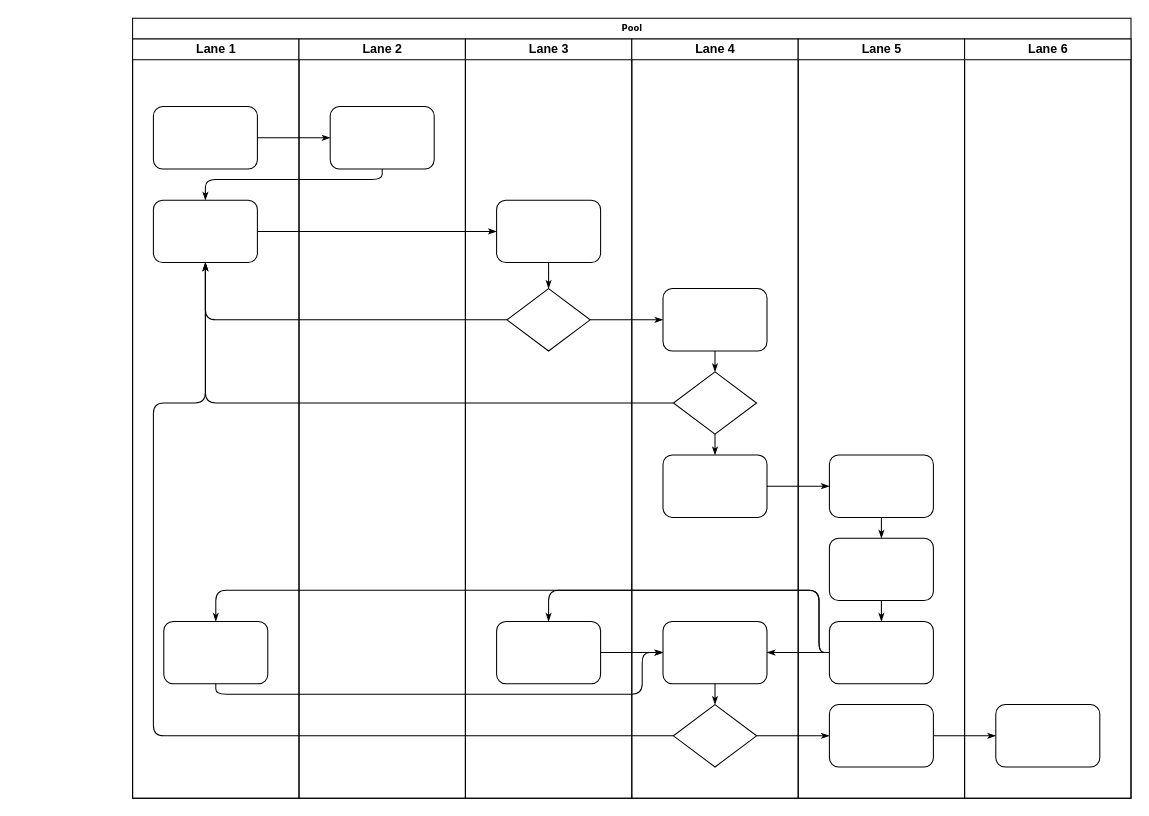
The draw.io diagram 未命名绘图.drawio in imnot2/imnot2.github.io, before the edit. Source tidied: cells renumbered, new cells numbered last; positions are measured from the earlier drawing's top-left corner, leaving out a move shared by most shapes. Both pictures are drawn from the tidied source at 104%, with x=0, y=0 at pixel (132, 18).
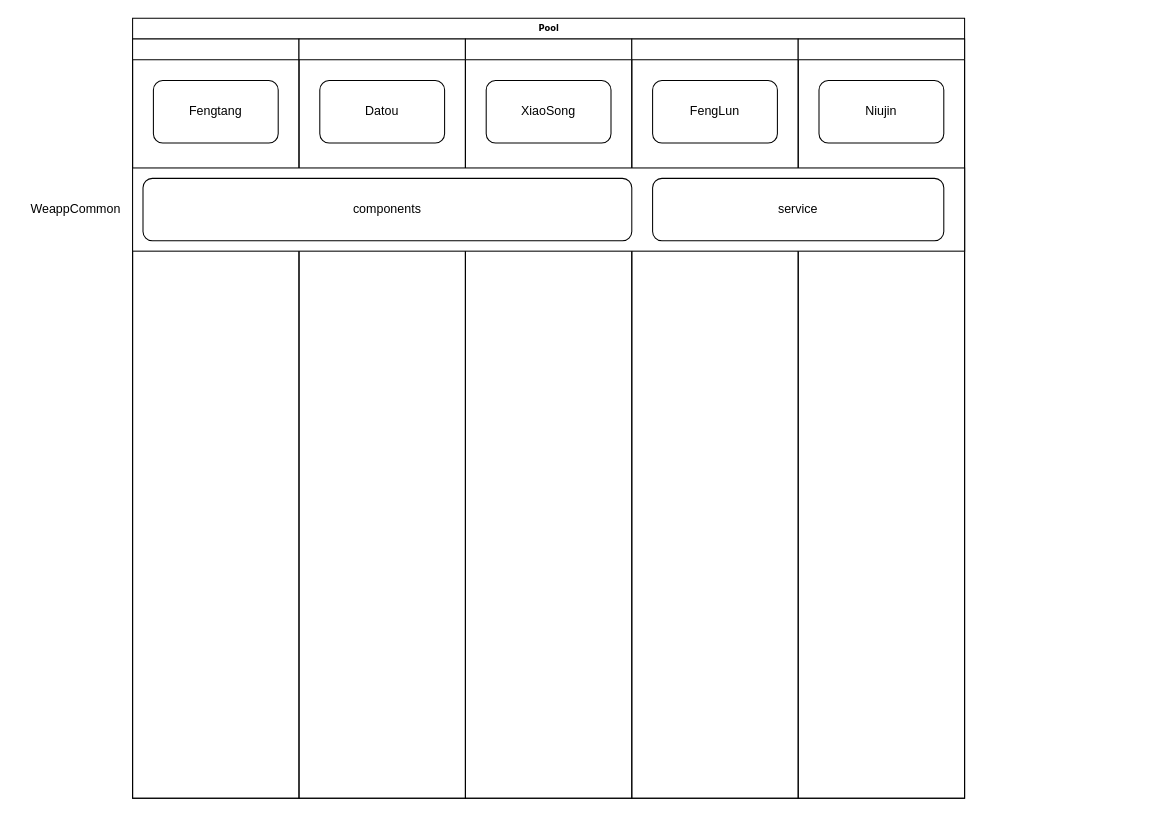
After the change.

Diff of the diagram source:
```diff
@@
     <mxCell id="2" value="Pool" style="swimlane;html=1;startSize=20;rounded=0;shadow=0;labelBackgroundColor=none;strokeWidth=1;fontFamily=Verdana;fontSize=8;align=center;" parent="1" vertex="1">
-      <mxGeometry width="960" height="750" as="geometry" />
+      <mxGeometry width="800" height="750" as="geometry" />
     </mxCell>
-    <mxCell id="3" value="Lane 1" style="swimlane;html=1;startSize=20;" parent="2" vertex="1">
+    <mxCell id="3" style="swimlane;html=1;startSize=20;" parent="2" vertex="1">
       <mxGeometry y="20" width="160" height="730" as="geometry" />
     </mxCell>
-    <mxCell id="4" style="rounded=1;whiteSpace=wrap;html=1;shadow=0;labelBackgroundColor=none;strokeWidth=1;fontFamily=Verdana;fontSize=8;align=center;" parent="3" vertex="1">
-      <mxGeometry x="20" y="65" width="100" height="60" as="geometry" />
-    </mxCell>
-    <mxCell id="5" style="rounded=1;whiteSpace=wrap;html=1;shadow=0;labelBackgroundColor=none;strokeWidth=1;fontFamily=Verdana;fontSize=8;align=center;" parent="3" vertex="1">
-      <mxGeometry x="20" y="155" width="100" height="60" as="geometry" />
-    </mxCell>
-    <mxCell id="6" style="rounded=1;whiteSpace=wrap;html=1;shadow=0;labelBackgroundColor=none;strokeWidth=1;fontFamily=Verdana;fontSize=8;align=center;" parent="3" vertex="1">
-      <mxGeometry x="30" y="560" width="100" height="60" as="geometry" />
-    </mxCell>
-    <mxCell id="7" style="edgeStyle=orthogonalEdgeStyle;rounded=1;html=1;labelBackgroundColor=none;startArrow=none;startFill=0;startSize=5;endArrow=classicThin;endFill=1;endSize=5;jettySize=auto;strokeWidth=1;fontFamily=Verdana;fontSize=8;" parent="2" edge="1" source="4" target="23">
-      <mxGeometry relative="1" as="geometry" />
-    </mxCell>
-    <mxCell id="8" style="edgeStyle=orthogonalEdgeStyle;rounded=1;html=1;labelBackgroundColor=none;startArrow=none;startFill=0;startSize=5;endArrow=classicThin;endFill=1;endSize=5;jettySize=auto;strokeWidth=1;fontFamily=Verdana;fontSize=8;" parent="2" edge="1" source="23" target="5">
-      <mxGeometry relative="1" as="geometry">
-        <Array as="points">
-          <mxPoint x="240" y="155" />
-          <mxPoint x="70" y="155" />
-        </Array>
-      </mxGeometry>
-    </mxCell>
-    <mxCell id="9" style="edgeStyle=orthogonalEdgeStyle;rounded=1;html=1;labelBackgroundColor=none;startArrow=none;startFill=0;startSize=5;endArrow=classicThin;endFill=1;endSize=5;jettySize=auto;strokeWidth=1;fontFamily=Verdana;fontSize=8;" parent="2" edge="1" source="5" target="25">
-      <mxGeometry relative="1" as="geometry" />
-    </mxCell>
-    <mxCell id="10" style="edgeStyle=orthogonalEdgeStyle;rounded=1;html=1;labelBackgroundColor=none;startArrow=none;startFill=0;startSize=5;endArrow=classicThin;endFill=1;endSize=5;jettySize=auto;strokeWidth=1;fontFamily=Verdana;fontSize=8;" parent="2" edge="1" source="26" target="5">
-      <mxGeometry relative="1" as="geometry" />
-    </mxCell>
-    <mxCell id="11" style="edgeStyle=orthogonalEdgeStyle;rounded=1;html=1;labelBackgroundColor=none;startArrow=none;startFill=0;startSize=5;endArrow=classicThin;endFill=1;endSize=5;jettySize=auto;strokeWidth=1;fontFamily=Verdana;fontSize=8;" parent="2" edge="1" source="31" target="5">
-      <mxGeometry relative="1" as="geometry" />
-    </mxCell>
-    <mxCell id="12" style="edgeStyle=orthogonalEdgeStyle;rounded=1;html=1;labelBackgroundColor=none;startArrow=none;startFill=0;startSize=5;endArrow=classicThin;endFill=1;endSize=5;jettySize=auto;strokeWidth=1;fontFamily=Verdana;fontSize=8;" parent="2" edge="1" source="34" target="5">
-      <mxGeometry relative="1" as="geometry">
-        <Array as="points">
-          <mxPoint x="20" y="690" />
-          <mxPoint x="20" y="370" />
-          <mxPoint x="70" y="370" />
-        </Array>
-      </mxGeometry>
-    </mxCell>
-    <mxCell id="13" style="edgeStyle=orthogonalEdgeStyle;rounded=1;html=1;labelBackgroundColor=none;startArrow=none;startFill=0;startSize=5;endArrow=classicThin;endFill=1;endSize=5;jettySize=auto;strokeWidth=1;fontFamily=Verdana;fontSize=8;" parent="2" edge="1" source="26" target="30">
-      <mxGeometry relative="1" as="geometry" />
-    </mxCell>
-    <mxCell id="14" style="edgeStyle=orthogonalEdgeStyle;rounded=1;html=1;labelBackgroundColor=none;startArrow=none;startFill=0;startSize=5;endArrow=classicThin;endFill=1;endSize=5;jettySize=auto;strokeWidth=1;fontFamily=Verdana;fontSize=8;" parent="2" edge="1" source="34" target="42">
-      <mxGeometry relative="1" as="geometry" />
-    </mxCell>
-    <mxCell id="15" style="edgeStyle=orthogonalEdgeStyle;rounded=1;html=1;labelBackgroundColor=none;startArrow=none;startFill=0;startSize=5;endArrow=classicThin;endFill=1;endSize=5;jettySize=auto;strokeWidth=1;fontFamily=Verdana;fontSize=8;" parent="2" edge="1" source="42" target="46">
-      <mxGeometry relative="1" as="geometry" />
-    </mxCell>
-    <mxCell id="16" style="edgeStyle=orthogonalEdgeStyle;rounded=1;html=1;labelBackgroundColor=none;startArrow=none;startFill=0;startSize=5;endArrow=classicThin;endFill=1;endSize=5;jettySize=auto;strokeWidth=1;fontFamily=Verdana;fontSize=8;" parent="2" edge="1" source="32" target="39">
-      <mxGeometry relative="1" as="geometry" />
-    </mxCell>
-    <mxCell id="17" style="edgeStyle=orthogonalEdgeStyle;rounded=1;html=1;labelBackgroundColor=none;startArrow=none;startFill=0;startSize=5;endArrow=classicThin;endFill=1;endSize=5;jettySize=auto;strokeWidth=1;fontFamily=Verdana;fontSize=8;" parent="2" edge="1" source="41" target="27">
-      <mxGeometry relative="1" as="geometry">
-        <Array as="points">
-          <mxPoint x="660" y="610" />
-          <mxPoint x="660" y="550" />
-          <mxPoint x="400" y="550" />
-        </Array>
-      </mxGeometry>
-    </mxCell>
-    <mxCell id="18" style="edgeStyle=orthogonalEdgeStyle;rounded=1;html=1;labelBackgroundColor=none;startArrow=none;startFill=0;startSize=5;endArrow=classicThin;endFill=1;endSize=5;jettySize=auto;strokeColor=#000000;strokeWidth=1;fontFamily=Verdana;fontSize=8;fontColor=#000000;" parent="2" edge="1" source="41" target="33">
-      <mxGeometry relative="1" as="geometry" />
-    </mxCell>
-    <mxCell id="19" style="edgeStyle=orthogonalEdgeStyle;rounded=1;html=1;labelBackgroundColor=none;startArrow=none;startFill=0;startSize=5;endArrow=classicThin;endFill=1;endSize=5;jettySize=auto;strokeWidth=1;fontFamily=Verdana;fontSize=8;" parent="2" edge="1" source="41" target="6">
-      <mxGeometry relative="1" as="geometry">
-        <Array as="points">
-          <mxPoint x="660" y="610" />
-          <mxPoint x="660" y="550" />
-          <mxPoint x="80" y="550" />
-        </Array>
-      </mxGeometry>
-    </mxCell>
-    <mxCell id="20" style="edgeStyle=orthogonalEdgeStyle;rounded=1;html=1;labelBackgroundColor=none;startArrow=none;startFill=0;startSize=5;endArrow=classicThin;endFill=1;endSize=5;jettySize=auto;strokeWidth=1;fontFamily=Verdana;fontSize=8;" parent="2" edge="1" source="6" target="33">
-      <mxGeometry relative="1" as="geometry">
-        <Array as="points">
-          <mxPoint x="80" y="650" />
-          <mxPoint x="490" y="650" />
-          <mxPoint x="490" y="610" />
-        </Array>
-      </mxGeometry>
-    </mxCell>
-    <mxCell id="21" style="edgeStyle=orthogonalEdgeStyle;rounded=1;html=1;labelBackgroundColor=none;startArrow=none;startFill=0;startSize=5;endArrow=classicThin;endFill=1;endSize=5;jettySize=auto;strokeWidth=1;fontFamily=Verdana;fontSize=8;" parent="2" edge="1" source="27" target="33">
-      <mxGeometry relative="1" as="geometry" />
-    </mxCell>
+    <mxCell id="47" value="Fengtang" style="rounded=1;whiteSpace=wrap;html=1;" parent="3" vertex="1">
+      <mxGeometry x="20" y="40" width="120" height="60" as="geometry" />
+    </mxCell>
-    <mxCell id="22" value="Lane 2" style="swimlane;html=1;startSize=20;" parent="2" vertex="1">
+    <mxCell id="22" style="swimlane;html=1;startSize=20;" parent="2" vertex="1">
       <mxGeometry x="160" y="20" width="160" height="730" as="geometry" />
     </mxCell>
-    <mxCell id="23" style="rounded=1;whiteSpace=wrap;html=1;shadow=0;labelBackgroundColor=none;strokeWidth=1;fontFamily=Verdana;fontSize=8;align=center;" parent="22" vertex="1">
-      <mxGeometry x="30" y="65" width="100" height="60" as="geometry" />
-    </mxCell>
+    <mxCell id="48" value="Datou" style="rounded=1;whiteSpace=wrap;html=1;" parent="22" vertex="1">
+      <mxGeometry x="20" y="40" width="120" height="60" as="geometry" />
+    </mxCell>
-    <mxCell id="24" value="Lane 3" style="swimlane;html=1;startSize=20;" parent="2" vertex="1">
+    <mxCell id="24" style="swimlane;html=1;startSize=20;" parent="2" vertex="1">
       <mxGeometry x="320" y="20" width="160" height="730" as="geometry" />
     </mxCell>
-    <mxCell id="25" style="rounded=1;whiteSpace=wrap;html=1;shadow=0;labelBackgroundColor=none;strokeWidth=1;fontFamily=Verdana;fontSize=8;align=center;" parent="24" vertex="1">
-      <mxGeometry x="30" y="155" width="100" height="60" as="geometry" />
-    </mxCell>
-    <mxCell id="26" style="rhombus;whiteSpace=wrap;html=1;rounded=0;shadow=0;labelBackgroundColor=none;strokeWidth=1;fontFamily=Verdana;fontSize=8;align=center;" parent="24" vertex="1">
-      <mxGeometry x="40" y="240" width="80" height="60" as="geometry" />
-    </mxCell>
-    <mxCell id="27" style="rounded=1;whiteSpace=wrap;html=1;shadow=0;labelBackgroundColor=none;strokeWidth=1;fontFamily=Verdana;fontSize=8;align=center;" parent="24" vertex="1">
-      <mxGeometry x="30" y="560" width="100" height="60" as="geometry" />
-    </mxCell>
-    <mxCell id="28" style="edgeStyle=orthogonalEdgeStyle;rounded=1;html=1;labelBackgroundColor=none;startArrow=none;startFill=0;startSize=5;endArrow=classicThin;endFill=1;endSize=5;jettySize=auto;strokeWidth=1;fontFamily=Verdana;fontSize=8;" parent="24" edge="1" source="25" target="26">
-      <mxGeometry relative="1" as="geometry" />
-    </mxCell>
+    <mxCell id="49" value="XiaoSong" style="rounded=1;whiteSpace=wrap;html=1;" parent="24" vertex="1">
+      <mxGeometry x="20" y="40" width="120" height="60" as="geometry" />
+    </mxCell>
-    <mxCell id="29" value="Lane 4" style="swimlane;html=1;startSize=20;" parent="2" vertex="1">
+    <mxCell id="29" style="swimlane;html=1;startSize=20;" parent="2" vertex="1">
       <mxGeometry x="480" y="20" width="160" height="730" as="geometry" />
     </mxCell>
-    <mxCell id="30" style="rounded=1;whiteSpace=wrap;html=1;shadow=0;labelBackgroundColor=none;strokeWidth=1;fontFamily=Verdana;fontSize=8;align=center;" parent="29" vertex="1">
-      <mxGeometry x="30" y="240" width="100" height="60" as="geometry" />
-    </mxCell>
-    <mxCell id="31" style="rhombus;whiteSpace=wrap;html=1;rounded=0;shadow=0;labelBackgroundColor=none;strokeWidth=1;fontFamily=Verdana;fontSize=8;align=center;" parent="29" vertex="1">
-      <mxGeometry x="40" y="320" width="80" height="60" as="geometry" />
-    </mxCell>
-    <mxCell id="32" style="rounded=1;whiteSpace=wrap;html=1;shadow=0;labelBackgroundColor=none;strokeWidth=1;fontFamily=Verdana;fontSize=8;align=center;" parent="29" vertex="1">
-      <mxGeometry x="30" y="400" width="100" height="60" as="geometry" />
-    </mxCell>
-    <mxCell id="33" style="rounded=1;whiteSpace=wrap;html=1;shadow=0;labelBackgroundColor=none;strokeWidth=1;fontFamily=Verdana;fontSize=8;align=center;" parent="29" vertex="1">
-      <mxGeometry x="30" y="560" width="100" height="60" as="geometry" />
-    </mxCell>
-    <mxCell id="34" style="rhombus;whiteSpace=wrap;html=1;rounded=0;shadow=0;labelBackgroundColor=none;strokeWidth=1;fontFamily=Verdana;fontSize=8;align=center;" parent="29" vertex="1">
-      <mxGeometry x="40" y="640" width="80" height="60" as="geometry" />
-    </mxCell>
-    <mxCell id="35" style="edgeStyle=orthogonalEdgeStyle;rounded=1;html=1;labelBackgroundColor=none;startArrow=none;startFill=0;startSize=5;endArrow=classicThin;endFill=1;endSize=5;jettySize=auto;strokeColor=#000000;strokeWidth=1;fontFamily=Verdana;fontSize=8;fontColor=#000000;" parent="29" edge="1" source="30" target="31">
-      <mxGeometry relative="1" as="geometry" />
-    </mxCell>
-    <mxCell id="36" style="edgeStyle=orthogonalEdgeStyle;rounded=1;html=1;labelBackgroundColor=none;startArrow=none;startFill=0;startSize=5;endArrow=classicThin;endFill=1;endSize=5;jettySize=auto;strokeWidth=1;fontFamily=Verdana;fontSize=8;" parent="29" edge="1" source="31" target="32">
-      <mxGeometry relative="1" as="geometry" />
-    </mxCell>
-    <mxCell id="37" style="edgeStyle=orthogonalEdgeStyle;rounded=1;html=1;labelBackgroundColor=none;startArrow=none;startFill=0;startSize=5;endArrow=classicThin;endFill=1;endSize=5;jettySize=auto;strokeWidth=1;fontFamily=Verdana;fontSize=8;" parent="29" edge="1" source="33" target="34">
-      <mxGeometry relative="1" as="geometry" />
-    </mxCell>
+    <mxCell id="50" value="FengLun" style="rounded=1;whiteSpace=wrap;html=1;" parent="29" vertex="1">
+      <mxGeometry x="20" y="40" width="120" height="60" as="geometry" />
+    </mxCell>
-    <mxCell id="38" value="Lane 5" style="swimlane;html=1;startSize=20;" parent="2" vertex="1">
+    <mxCell id="38" style="swimlane;html=1;startSize=20;" parent="2" vertex="1">
       <mxGeometry x="640" y="20" width="160" height="730" as="geometry" />
     </mxCell>
-    <mxCell id="39" style="rounded=1;whiteSpace=wrap;html=1;shadow=0;labelBackgroundColor=none;strokeWidth=1;fontFamily=Verdana;fontSize=8;align=center;" parent="38" vertex="1">
-      <mxGeometry x="30" y="400" width="100" height="60" as="geometry" />
-    </mxCell>
-    <mxCell id="40" style="rounded=1;whiteSpace=wrap;html=1;shadow=0;labelBackgroundColor=none;strokeWidth=1;fontFamily=Verdana;fontSize=8;align=center;" parent="38" vertex="1">
-      <mxGeometry x="30" y="480" width="100" height="60" as="geometry" />
-    </mxCell>
-    <mxCell id="41" style="rounded=1;whiteSpace=wrap;html=1;shadow=0;labelBackgroundColor=none;strokeWidth=1;fontFamily=Verdana;fontSize=8;align=center;" parent="38" vertex="1">
-      <mxGeometry x="30" y="560" width="100" height="60" as="geometry" />
-    </mxCell>
-    <mxCell id="42" style="rounded=1;whiteSpace=wrap;html=1;shadow=0;labelBackgroundColor=none;strokeWidth=1;fontFamily=Verdana;fontSize=8;align=center;" parent="38" vertex="1">
-      <mxGeometry x="30" y="640" width="100" height="60" as="geometry" />
-    </mxCell>
-    <mxCell id="43" style="edgeStyle=orthogonalEdgeStyle;rounded=1;html=1;labelBackgroundColor=none;startArrow=none;startFill=0;startSize=5;endArrow=classicThin;endFill=1;endSize=5;jettySize=auto;strokeWidth=1;fontFamily=Verdana;fontSize=8;" parent="38" edge="1" source="39" target="40">
-      <mxGeometry relative="1" as="geometry" />
-    </mxCell>
-    <mxCell id="44" style="edgeStyle=orthogonalEdgeStyle;rounded=1;html=1;labelBackgroundColor=none;startArrow=none;startFill=0;startSize=5;endArrow=classicThin;endFill=1;endSize=5;jettySize=auto;strokeWidth=1;fontFamily=Verdana;fontSize=8;" parent="38" edge="1" source="40" target="41">
-      <mxGeometry relative="1" as="geometry" />
-    </mxCell>
-    <mxCell id="45" value="Lane 6" style="swimlane;html=1;startSize=20;" parent="2" vertex="1">
-      <mxGeometry x="800" y="20" width="160" height="730" as="geometry" />
-    </mxCell>
-    <mxCell id="46" style="rounded=1;whiteSpace=wrap;html=1;shadow=0;labelBackgroundColor=none;strokeWidth=1;fontFamily=Verdana;fontSize=8;align=center;" parent="45" vertex="1">
-      <mxGeometry x="30" y="640" width="100" height="60" as="geometry" />
-    </mxCell>
+    <mxCell id="51" value="Niujin" style="rounded=1;whiteSpace=wrap;html=1;" parent="38" vertex="1">
+      <mxGeometry x="20" y="40" width="120" height="60" as="geometry" />
+    </mxCell>
+    <mxCell id="52" style="rounded=0;whiteSpace=wrap;html=1;" parent="1" vertex="1">
+      <mxGeometry y="144" width="800" height="80" as="geometry" />
+    </mxCell>
+    <mxCell id="53" value="components" style="rounded=1;whiteSpace=wrap;html=1;" parent="1" vertex="1">
+      <mxGeometry x="10" y="154" width="470" height="60" as="geometry" />
+    </mxCell>
+    <mxCell id="54" value="service" style="rounded=1;whiteSpace=wrap;html=1;" parent="1" vertex="1">
+      <mxGeometry x="500" y="154" width="280" height="60" as="geometry" />
+    </mxCell>
+    <mxCell id="55" value="WeappCommon" style="text;html=1;align=center;verticalAlign=middle;strokeColor=none;fillColor=none;" parent="1" vertex="1">
+      <mxGeometry x="-110" y="169" width="110" height="30" as="geometry" />
+    </mxCell>
```
